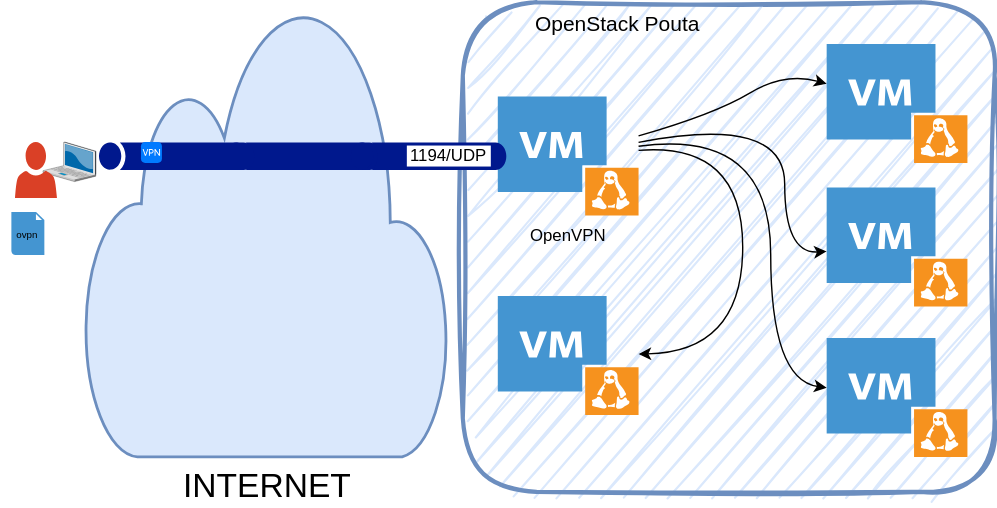
This is openVPN.drawio.svg from lvarin/openvpn-ansible, a draw.io export, as it was before one commit. Source tidied: cells renumbered, new cells last; positions are measured from the earlier drawing's top-left corner, leaving out a move shared by most shapes.
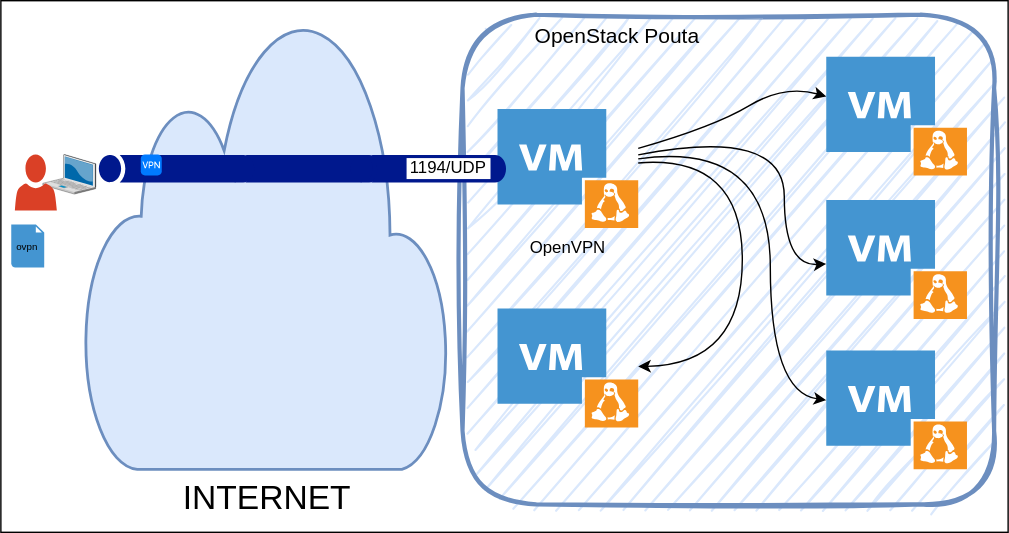
The same diagram one commit later.

The edit, as a diff of the source:
```diff
@@ -2,6 +2,9 @@
   <root>
     <mxCell id="0" />
     <mxCell id="1" parent="0" />
+    <mxCell id="25" style="rounded=0;whiteSpace=wrap;html=1;" parent="1" vertex="1">
+      <mxGeometry y="-10" width="720" height="380" as="geometry" />
+    </mxCell>
     <mxCell id="2" style="rounded=1;whiteSpace=wrap;html=1;fillColor=#dae8fc;strokeColor=#6c8ebf;strokeWidth=3;sketch=1;curveFitting=1;jiggle=2;" parent="1" vertex="1">
       <mxGeometry x="330" width="380" height="350" as="geometry" />
     </mxCell>
```
